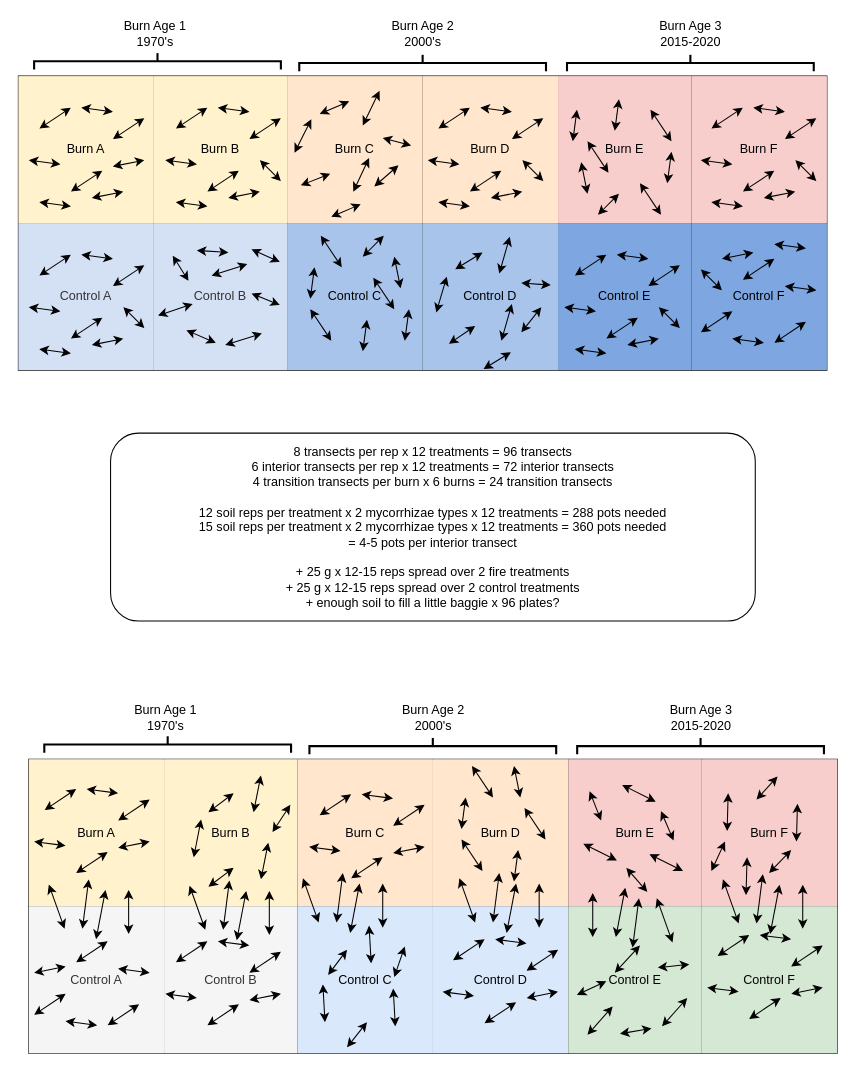
Above: page "Page-6" (6 of 6) of Transect Diagram.drawio in gtrimber/PJ_Project (draw.io), before the change. Source tidied: cells renumbered, new cells numbered last; positions are measured from the earlier drawing's top-left corner, leaving out a move shared by most shapes. Both pictures are drawn from the tidied source at 105%, with x=0, y=0 at pixel (18, -63).
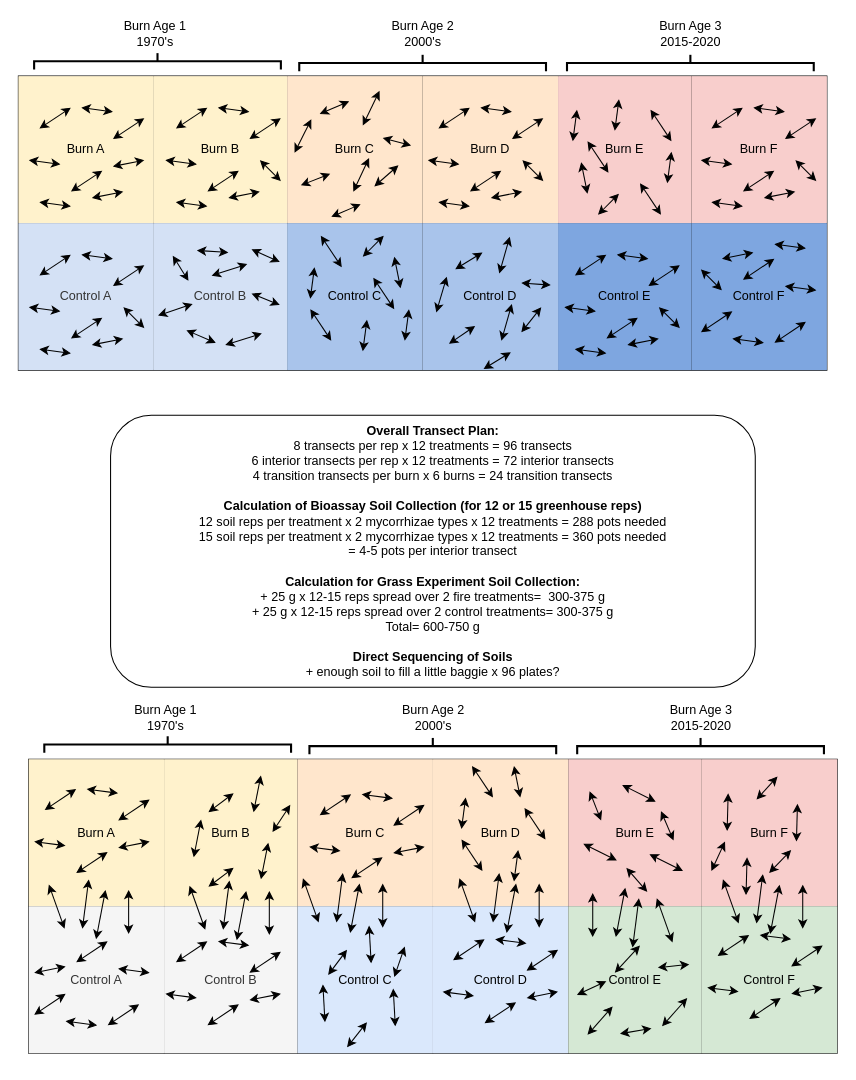
Above is the later version.

Change to the diagram source:
```diff
@@
-    <mxCell id="130" value="&lt;div&gt;8 transects per rep x 12 treatments = 96 transects&lt;/div&gt;&lt;div&gt;6 interior transects per rep x 12 treatments = 72 interior transects&lt;br&gt;&lt;/div&gt;&lt;div&gt; 4 transition transects per burn x 6 burns = 24 transition transects&lt;br&gt;&lt;/div&gt;&lt;div&gt;&lt;br&gt;&lt;/div&gt;&lt;div&gt;12 soil reps per treatment x 2 mycorrhizae types x 12 treatments = 288 pots needed&lt;/div&gt;&lt;div&gt;15 soil reps per treatment x 2 mycorrhizae types x 12 treatments = 360 pots needed&lt;/div&gt;&lt;div&gt;= 4-5 pots per interior transect&lt;/div&gt;&lt;div&gt;&lt;br&gt;&lt;/div&gt;&lt;div&gt;+ 25 g x 12-15 reps spread over 2 fire treatments &lt;br&gt;&lt;/div&gt;&lt;div&gt;+ 25 g x 12-15 reps spread over 2 control treatments&lt;/div&gt;&lt;div&gt;+ enough soil to fill a little baggie x 96 plates?&lt;br&gt;&lt;/div&gt;" style="rounded=1;whiteSpace=wrap;html=1;" parent="1" vertex="1">
-      <mxGeometry x="87.8" y="472" width="614" height="179" as="geometry" />
+    <mxCell id="130" value="&lt;b&gt;Overall Transect Plan:&lt;/b&gt;&lt;br&gt;&lt;div&gt;8 transects per rep x 12 treatments = 96 transects&lt;/div&gt;&lt;div&gt;6 interior transects per rep x 12 treatments = 72 interior transects&lt;br&gt;&lt;/div&gt;&lt;div&gt; 4 transition transects per burn x 6 burns = 24 transition transects&lt;br&gt;&lt;/div&gt;&lt;div&gt;&lt;br&gt;&lt;/div&gt;&lt;div&gt;&lt;b&gt;Calculation of Bioassay Soil Collection (for 12 or 15 greenhouse reps)&lt;/b&gt;&lt;br&gt;&lt;/div&gt;&lt;div&gt;12 soil reps per treatment x 2 mycorrhizae types x 12 treatments = 288 pots needed&lt;/div&gt;&lt;div&gt;15 soil reps per treatment x 2 mycorrhizae types x 12 treatments = 360 pots needed&lt;/div&gt;&lt;div&gt;= 4-5 pots per interior transect&lt;/div&gt;&lt;div&gt;&lt;br&gt;&lt;/div&gt;&lt;div&gt;&lt;b&gt;Calculation for Grass Experiment Soil Collection:&lt;/b&gt;&lt;br&gt;&lt;/div&gt;&lt;div&gt;+ 25 g x 12-15 reps spread over 2 fire treatments=&amp;nbsp; 300-375 g&lt;br&gt;&lt;/div&gt;&lt;div&gt;+ 25 g x 12-15 reps spread over 2 control treatments= 300-375 g&lt;/div&gt;&lt;div&gt;Total= 600-750 g&lt;/div&gt;&lt;div&gt;&lt;br&gt;&lt;/div&gt;&lt;div&gt;&lt;b&gt;Direct Sequencing of Soils &lt;/b&gt;&lt;br&gt;&lt;/div&gt;&lt;div&gt;+ enough soil to fill a little baggie x 96 plates?&lt;br&gt;&lt;/div&gt;" style="rounded=1;whiteSpace=wrap;html=1;" parent="1" vertex="1">
+      <mxGeometry x="87.8" y="455" width="614" height="259" as="geometry" />
     </mxCell>
```
